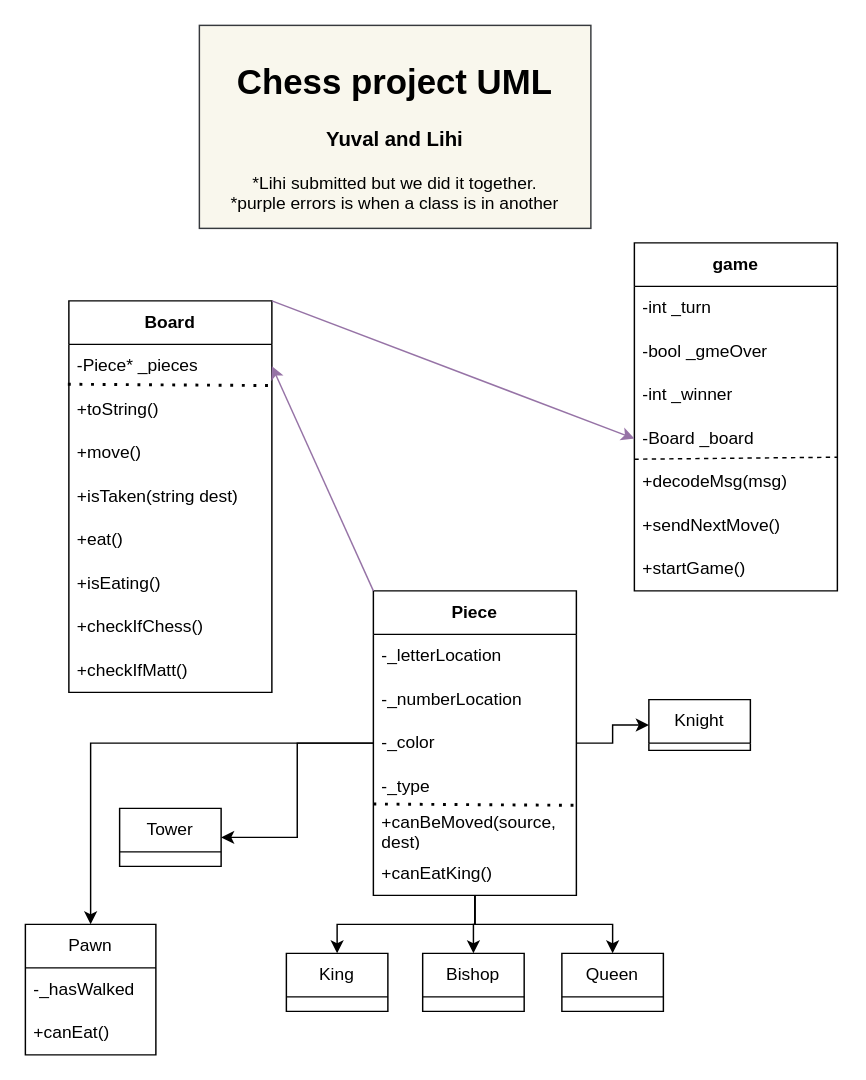
The draw.io diagram ChessDiagram.drawio in yuv76/Chess, before the edit. Source tidied: cells renumbered, new cells numbered last; positions are measured from the earlier drawing's top-left corner, leaving out a move shared by most shapes. Both pictures are drawn from the tidied source at 145%, with x=0, y=0 at pixel (25, 25).
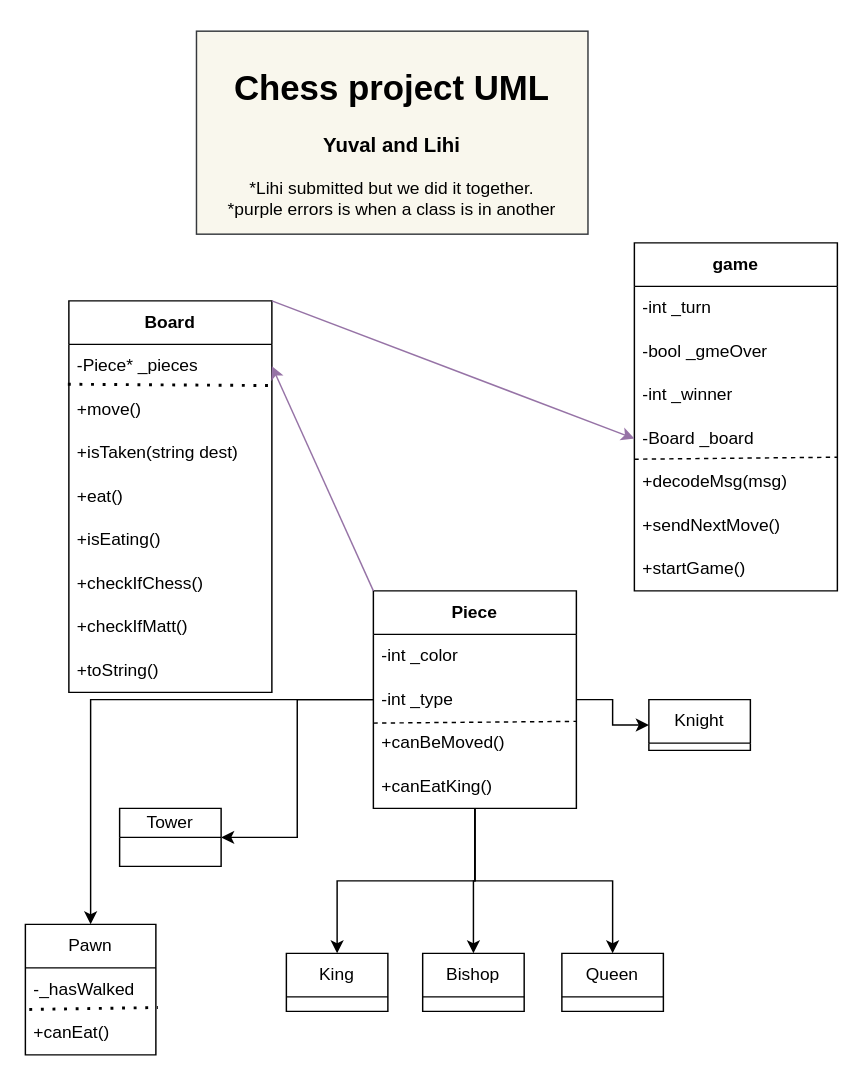
The same page after the edit.

Unchanged cells that the change refers to:
```xml
<mxCell id="2" value="&lt;b&gt;Board&lt;/b&gt;" style="swimlane;fontStyle=0;horizontal=1;startSize=30;whiteSpace=wrap;html=1;" parent="1" vertex="1">
  <mxGeometry x="30" y="190" width="140" height="270" as="geometry" />
</mxCell>
<mxCell id="12" value="&lt;b&gt;game&lt;/b&gt;" style="swimlane;fontStyle=0;horizontal=1;startSize=30;whiteSpace=wrap;html=1;" parent="1" vertex="1">
  <mxGeometry x="420" y="150" width="140" height="240" as="geometry" />
</mxCell>
<mxCell id="42" value="Pawn" style="swimlane;fontStyle=0;horizontal=1;startSize=30;whiteSpace=wrap;html=1;" parent="1" vertex="1">
  <mxGeometry y="620" width="90" height="90" as="geometry" />
</mxCell>
<mxCell id="44" value="+canEat()" style="text;strokeColor=none;fillColor=none;align=left;verticalAlign=middle;spacingLeft=4;spacingRight=4;overflow=hidden;points=[[0,0.5],[1,0.5]];portConstraint=eastwest;whiteSpace=wrap;html=1;" parent="42" vertex="1">
  <mxGeometry y="60" width="90" height="30" as="geometry" />
</mxCell>
```

The edit, as a diff of the source:
```diff
@@
-    <mxCell id="5" value="+toString()" style="text;strokeColor=none;fillColor=none;align=left;verticalAlign=middle;spacingLeft=4;spacingRight=4;overflow=hidden;whiteSpace=wrap;html=1;" parent="2" vertex="1">
-      <mxGeometry y="60" width="140" height="30" as="geometry" />
-    </mxCell>
     <mxCell id="6" value="+move()" style="text;strokeColor=none;fillColor=none;align=left;verticalAlign=middle;spacingLeft=4;spacingRight=4;overflow=hidden;whiteSpace=wrap;html=1;" parent="2" vertex="1">
-      <mxGeometry y="90" width="140" height="30" as="geometry" />
+      <mxGeometry y="60" width="140" height="30" as="geometry" />
     </mxCell>
     <mxCell id="7" value="+isTaken(string dest)" style="text;strokeColor=none;fillColor=none;align=left;verticalAlign=middle;spacingLeft=4;spacingRight=4;overflow=hidden;whiteSpace=wrap;html=1;" parent="2" vertex="1">
-      <mxGeometry y="120" width="140" height="30" as="geometry" />
+      <mxGeometry y="90" width="140" height="30" as="geometry" />
     </mxCell>
     <mxCell id="8" value="+eat()" style="text;strokeColor=none;fillColor=none;align=left;verticalAlign=middle;spacingLeft=4;spacingRight=4;overflow=hidden;whiteSpace=wrap;html=1;" parent="2" vertex="1">
-      <mxGeometry y="150" width="140" height="30" as="geometry" />
+      <mxGeometry y="120" width="140" height="30" as="geometry" />
     </mxCell>
     <mxCell id="9" value="+isEating()" style="text;strokeColor=none;fillColor=none;align=left;verticalAlign=middle;spacingLeft=4;spacingRight=4;overflow=hidden;whiteSpace=wrap;html=1;" parent="2" vertex="1">
-      <mxGeometry y="180" width="140" height="30" as="geometry" />
+      <mxGeometry y="150" width="140" height="30" as="geometry" />
     </mxCell>
     <mxCell id="10" value="+checkIfChess()" style="text;strokeColor=none;fillColor=none;align=left;verticalAlign=middle;spacingLeft=4;spacingRight=4;overflow=hidden;whiteSpace=wrap;html=1;" parent="2" vertex="1">
-      <mxGeometry y="210" width="140" height="30" as="geometry" />
+      <mxGeometry y="180" width="140" height="30" as="geometry" />
     </mxCell>
     <mxCell id="11" value="+checkIfMatt()" style="text;strokeColor=none;fillColor=none;align=left;verticalAlign=middle;spacingLeft=4;spacingRight=4;overflow=hidden;whiteSpace=wrap;html=1;" parent="2" vertex="1">
-      <mxGeometry y="240" width="140" height="30" as="geometry" />
+      <mxGeometry y="210" width="140" height="30" as="geometry" />
     </mxCell>
+    <mxCell id="5" value="+toString()" style="text;strokeColor=none;fillColor=none;align=left;verticalAlign=middle;spacingLeft=4;spacingRight=4;overflow=hidden;whiteSpace=wrap;html=1;" parent="2" vertex="1">
+      <mxGeometry y="240" width="140" height="30" as="geometry" />
+    </mxCell>
@@
+    <mxCell id="18" value="+decodeMsg(msg)" style="text;strokeColor=none;fillColor=none;align=left;verticalAlign=middle;spacingLeft=4;spacingRight=4;overflow=hidden;points=[[0,0.5],[1,0.5]];portConstraint=eastwest;whiteSpace=wrap;html=1;" parent="12" vertex="1">
+      <mxGeometry y="150" width="140" height="30" as="geometry" />
+    </mxCell>
@@
-    <mxCell id="18" value="+decodeMsg(msg)" style="text;strokeColor=none;fillColor=none;align=left;verticalAlign=middle;spacingLeft=4;spacingRight=4;overflow=hidden;points=[[0,0.5],[1,0.5]];portConstraint=eastwest;whiteSpace=wrap;html=1;" parent="12" vertex="1">
-      <mxGeometry y="150" width="140" height="30" as="geometry" />
-    </mxCell>
@@
     <mxCell id="27" value="&lt;b&gt;Piece&lt;/b&gt;" style="swimlane;fontStyle=0;horizontal=1;startSize=30;whiteSpace=wrap;html=1;" parent="1" vertex="1">
-      <mxGeometry x="240" y="390" width="140" height="210" as="geometry" />
+      <mxGeometry x="240" y="390" width="140" height="150" as="geometry" />
     </mxCell>
-    <mxCell id="28" value="-_letterLocation" style="text;strokeColor=none;fillColor=none;align=left;verticalAlign=middle;spacingLeft=4;spacingRight=4;overflow=hidden;whiteSpace=wrap;html=1;" parent="27" vertex="1">
-      <mxGeometry y="30" width="140" height="30" as="geometry" />
-    </mxCell>
-    <mxCell id="29" value="-_numberLocation" style="text;strokeColor=none;fillColor=none;align=left;verticalAlign=middle;spacingLeft=4;spacingRight=4;overflow=hidden;whiteSpace=wrap;html=1;" parent="27" vertex="1">
-      <mxGeometry y="60" width="140" height="30" as="geometry" />
-    </mxCell>
-    <mxCell id="30" value="-_color" style="text;strokeColor=none;fillColor=none;align=left;verticalAlign=middle;spacingLeft=4;spacingRight=4;overflow=hidden;whiteSpace=wrap;html=1;" parent="27" vertex="1">
-      <mxGeometry y="90" width="140" height="30" as="geometry" />
+    <mxCell id="30" value="-int _color" style="text;strokeColor=none;fillColor=none;align=left;verticalAlign=middle;spacingLeft=4;spacingRight=4;overflow=hidden;whiteSpace=wrap;html=1;" parent="27" vertex="1">
+      <mxGeometry y="30" width="140" height="30" as="geometry" />
     </mxCell>
-    <mxCell id="31" value="-_type" style="text;strokeColor=none;fillColor=none;align=left;verticalAlign=middle;spacingLeft=4;spacingRight=4;overflow=hidden;whiteSpace=wrap;html=1;" parent="27" vertex="1">
-      <mxGeometry y="120" width="140" height="30" as="geometry" />
+    <mxCell id="31" value="-int _type" style="text;strokeColor=none;fillColor=none;align=left;verticalAlign=middle;spacingLeft=4;spacingRight=4;overflow=hidden;whiteSpace=wrap;html=1;" parent="27" vertex="1">
+      <mxGeometry y="60" width="140" height="30" as="geometry" />
     </mxCell>
-    <mxCell id="32" style="endArrow=none;dashed=1;html=1;dashPattern=1 3;strokeWidth=2;rounded=0;entryX=1.004;entryY=-0.12;entryDx=0;entryDy=0;entryPerimeter=0;exitX=-0.005;exitY=0.851;exitDx=0;exitDy=0;exitPerimeter=0;" parent="27" edge="1">
-      <mxGeometry relative="1" as="geometry">
-        <mxPoint y="147" as="sourcePoint" />
-        <mxPoint x="141.3" y="147.9" as="targetPoint" />
-      </mxGeometry>
-    </mxCell>
+    <mxCell id="46" style="endArrow=none;dashed=1;html=1;rounded=0;entryX=1.003;entryY=-0.073;entryDx=0;entryDy=0;entryPerimeter=0;" parent="27" edge="1">
+      <mxGeometry relative="1" as="geometry">
+        <mxPoint y="91.2" as="sourcePoint" />
+        <mxPoint x="140" y="90" as="targetPoint" />
+      </mxGeometry>
+    </mxCell>
-    <mxCell id="33" value="+canBeMoved(source, dest)" style="text;strokeColor=none;fillColor=none;align=left;verticalAlign=middle;spacingLeft=4;spacingRight=4;overflow=hidden;whiteSpace=wrap;html=1;" parent="27" vertex="1">
-      <mxGeometry y="150" width="140" height="30" as="geometry" />
+    <mxCell id="33" value="+canBeMoved()" style="text;strokeColor=none;fillColor=none;align=left;verticalAlign=middle;spacingLeft=4;spacingRight=4;overflow=hidden;whiteSpace=wrap;html=1;" parent="27" vertex="1">
+      <mxGeometry y="90" width="140" height="30" as="geometry" />
     </mxCell>
     <mxCell id="34" value="+canEatKing()" style="text;strokeColor=none;fillColor=none;align=left;verticalAlign=middle;spacingLeft=4;spacingRight=4;overflow=hidden;whiteSpace=wrap;html=1;" parent="27" vertex="1">
-      <mxGeometry y="180" width="140" height="30" as="geometry" />
+      <mxGeometry y="120" width="140" height="30" as="geometry" />
     </mxCell>
@@
-    <mxCell id="37" value="Tower" style="swimlane;fontStyle=0;horizontal=1;startSize=30;whiteSpace=wrap;html=1;" parent="1" vertex="1">
+    <mxCell id="37" value="Tower" style="swimlane;fontStyle=0;horizontal=1;startSize=20;whiteSpace=wrap;html=1;" parent="1" vertex="1">
       <mxGeometry x="65" y="540" width="70" height="40" as="geometry" />
     </mxCell>
@@
+    <mxCell id="47" style="endArrow=none;dashed=1;html=1;dashPattern=1 3;strokeWidth=2;rounded=0;exitX=0.03;exitY=-0.044;exitDx=0;exitDy=0;exitPerimeter=0;entryX=1.015;entryY=-0.089;entryDx=0;entryDy=0;entryPerimeter=0;" parent="42" edge="1" source="44" target="44">
+      <mxGeometry relative="1" as="geometry" />
+    </mxCell>
@@
     <mxCell id="45" value="&lt;h1&gt;&lt;b&gt;Chess project UML&lt;/b&gt;&lt;/h1&gt;&lt;h3&gt;Yuval and Lihi&lt;/h3&gt;*Lihi submitted but we did it together.&lt;br&gt;*purple errors is when a class is in another" style="rounded=0;whiteSpace=wrap;html=1;fillColor=#f9f7ed;strokeColor=#36393d;" parent="1" vertex="1">
-      <mxGeometry x="120" width="270" height="140" as="geometry" />
+      <mxGeometry x="118" y="4" width="270" height="140" as="geometry" />
     </mxCell>
```
